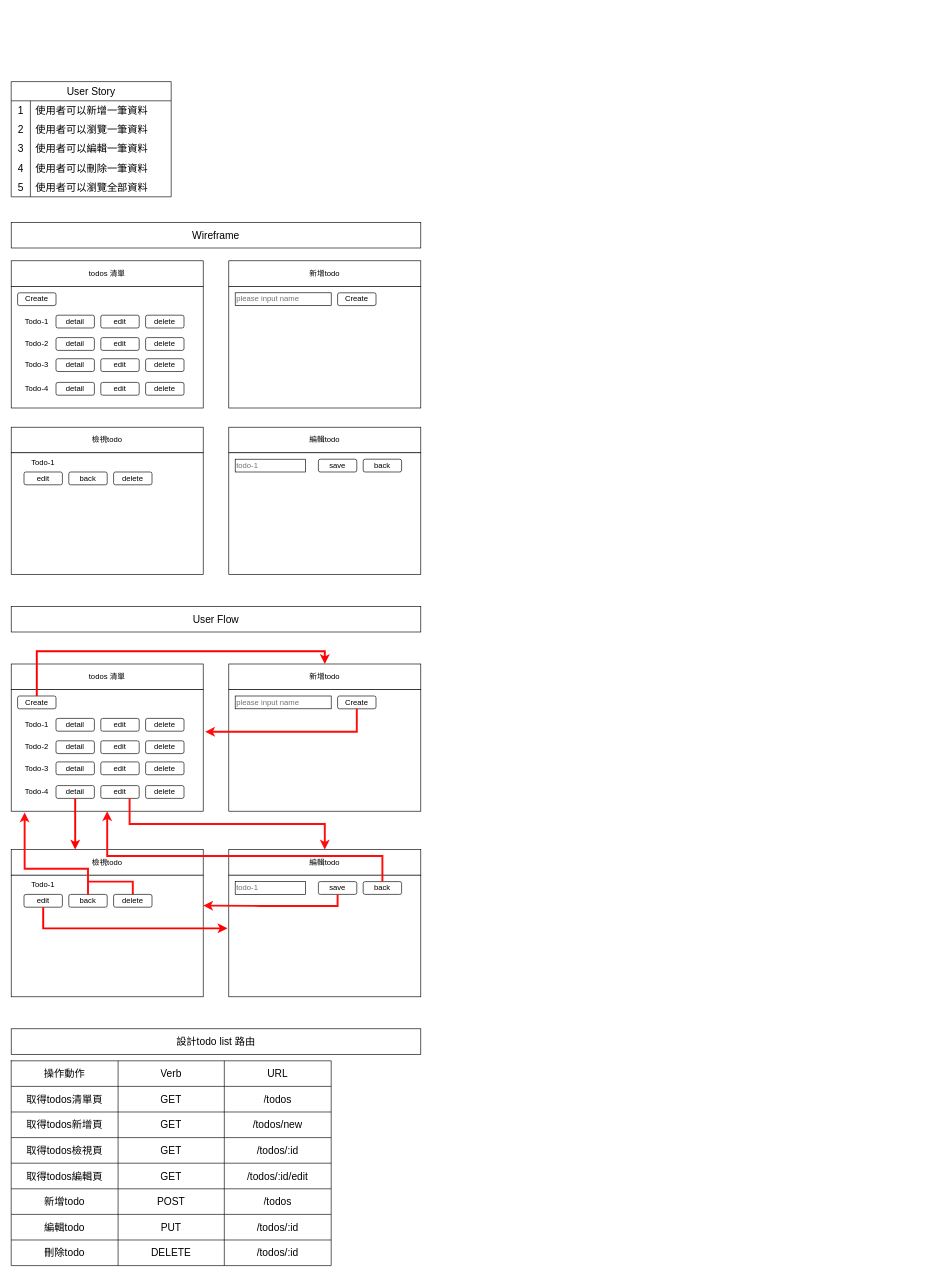
Earlier version of the draw.io diagram todo-list.drawio (patricksky006/todo-list). Source tidied: cells renumbered, new cells numbered last; positions are measured from the earlier drawing's top-left corner, leaving out a move shared by most shapes. Both pictures are drawn from the tidied source at 64%, with x=0, y=0 at pixel (11, 81).
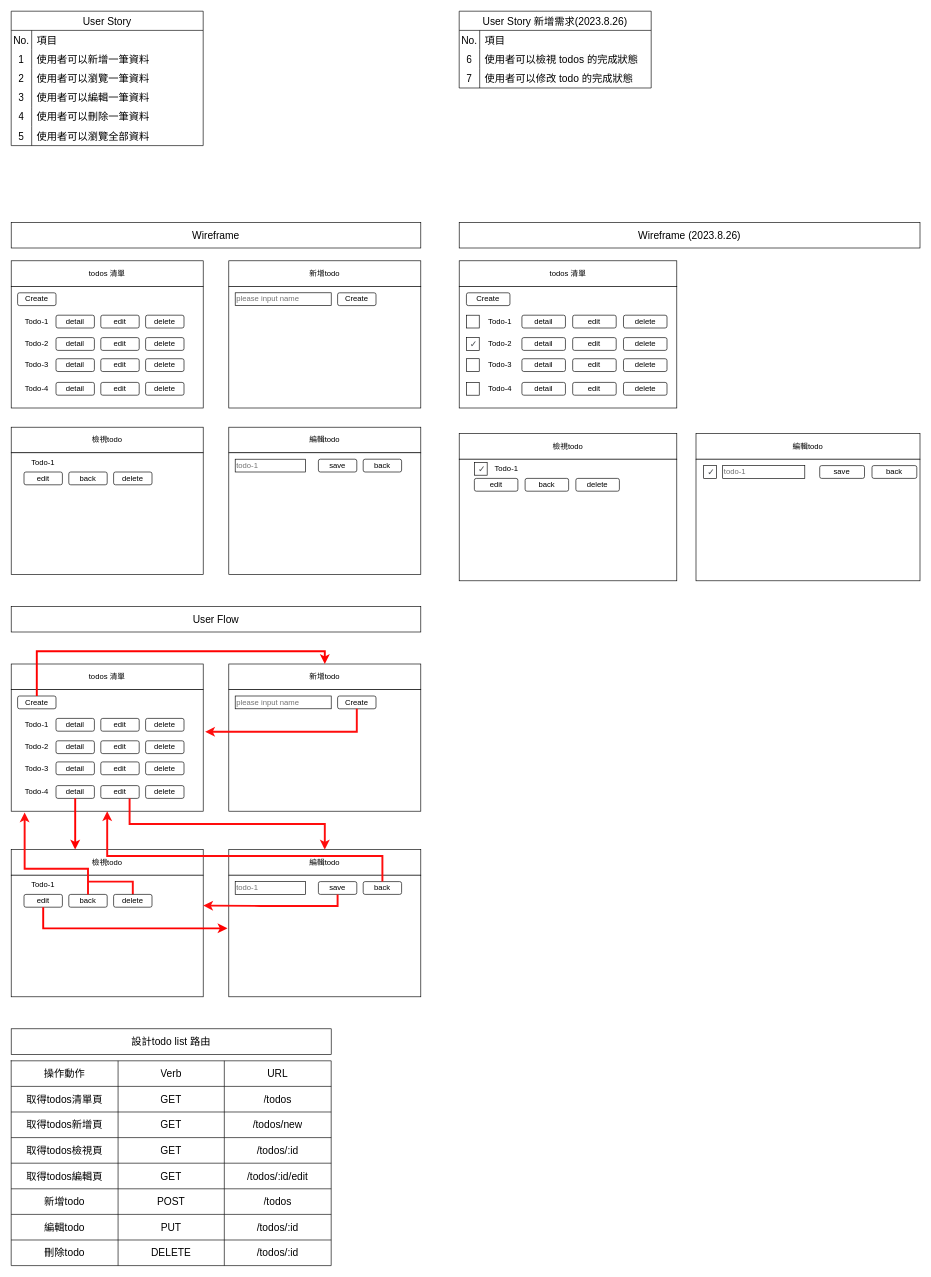
The same page after the edit.

Change to the diagram source:
```diff
@@
     <mxCell id="2" value="User Story" style="shape=table;startSize=30;childLayout=tableLayout;rowLines=0;fontStyle=0;strokeColor=default;fontSize=16;" parent="1" vertex="1">
-      <mxGeometry width="250" height="180" as="geometry" />
+      <mxGeometry y="-110" width="300" height="210" as="geometry" />
     </mxCell>
+    <mxCell id="139" style="shape=tableRow;horizontal=0;startSize=0;swimlaneHead=0;swimlaneBody=0;top=0;left=0;bottom=0;right=0;fillColor=none;strokeColor=inherit;fontSize=16;" parent="2" vertex="1">
+      <mxGeometry y="30" width="300" height="30" as="geometry" />
+    </mxCell>
+    <mxCell id="140" value="No." style="shape=partialRectangle;html=1;whiteSpace=wrap;fillColor=none;top=0;left=0;bottom=0;right=0;overflow=hidden;strokeColor=inherit;fontSize=16;" parent="139" vertex="1">
+      <mxGeometry width="32" height="30" as="geometry" />
+    </mxCell>
+    <mxCell id="141" value="項目" style="shape=partialRectangle;html=1;whiteSpace=wrap;fillColor=none;top=0;left=0;bottom=0;right=0;align=left;spacingLeft=6;overflow=hidden;strokeColor=inherit;fontSize=16;" parent="139" vertex="1">
+      <mxGeometry x="32" width="268" height="30" as="geometry" />
+    </mxCell>
     <mxCell id="3" style="shape=tableRow;horizontal=0;startSize=0;swimlaneHead=0;swimlaneBody=0;top=0;left=0;bottom=0;right=0;fillColor=none;strokeColor=inherit;fontSize=16;" parent="2" vertex="1">
-      <mxGeometry y="30" width="250" height="30" as="geometry" />
+      <mxGeometry y="60" width="300" height="30" as="geometry" />
     </mxCell>
     <mxCell id="4" value="1" style="shape=partialRectangle;html=1;whiteSpace=wrap;fillColor=none;top=0;left=0;bottom=0;right=0;overflow=hidden;strokeColor=inherit;fontSize=16;" parent="3" vertex="1">
-      <mxGeometry width="30" height="30" as="geometry" />
+      <mxGeometry width="32" height="30" as="geometry" />
     </mxCell>
     <mxCell id="5" value="使用者可以新增一筆資料" style="shape=partialRectangle;html=1;whiteSpace=wrap;fillColor=none;top=0;left=0;bottom=0;right=0;align=left;spacingLeft=6;overflow=hidden;strokeColor=inherit;fontSize=16;" parent="3" vertex="1">
-      <mxGeometry x="30" width="220" height="30" as="geometry" />
+      <mxGeometry x="32" width="268" height="30" as="geometry" />
     </mxCell>
     <mxCell id="6" style="shape=tableRow;horizontal=0;startSize=0;swimlaneHead=0;swimlaneBody=0;top=0;left=0;bottom=0;right=0;fillColor=none;strokeColor=inherit;fontSize=16;" parent="2" vertex="1">
-      <mxGeometry y="60" width="250" height="30" as="geometry" />
+      <mxGeometry y="90" width="300" height="30" as="geometry" />
     </mxCell>
     <mxCell id="7" value="2" style="shape=partialRectangle;html=1;whiteSpace=wrap;fillColor=none;top=0;left=0;bottom=0;right=0;overflow=hidden;strokeColor=inherit;fontSize=16;" parent="6" vertex="1">
-      <mxGeometry width="30" height="30" as="geometry" />
+      <mxGeometry width="32" height="30" as="geometry" />
     </mxCell>
     <mxCell id="8" value="使用者可以瀏覽一筆資料" style="shape=partialRectangle;html=1;whiteSpace=wrap;fillColor=none;top=0;left=0;bottom=0;right=0;align=left;spacingLeft=6;overflow=hidden;strokeColor=inherit;fontSize=16;" parent="6" vertex="1">
-      <mxGeometry x="30" width="220" height="30" as="geometry" />
+      <mxGeometry x="32" width="268" height="30" as="geometry" />
     </mxCell>
     <mxCell id="9" style="shape=tableRow;horizontal=0;startSize=0;swimlaneHead=0;swimlaneBody=0;top=0;left=0;bottom=0;right=0;fillColor=none;strokeColor=inherit;fontSize=16;" parent="2" vertex="1">
-      <mxGeometry y="90" width="250" height="30" as="geometry" />
+      <mxGeometry y="120" width="300" height="30" as="geometry" />
     </mxCell>
     <mxCell id="10" value="3" style="shape=partialRectangle;html=1;whiteSpace=wrap;fillColor=none;top=0;left=0;bottom=0;right=0;overflow=hidden;strokeColor=inherit;fontSize=16;" parent="9" vertex="1">
-      <mxGeometry width="30" height="30" as="geometry" />
+      <mxGeometry width="32" height="30" as="geometry" />
     </mxCell>
     <mxCell id="11" value="使用者可以編輯一筆資料" style="shape=partialRectangle;html=1;whiteSpace=wrap;fillColor=none;top=0;left=0;bottom=0;right=0;align=left;spacingLeft=6;overflow=hidden;strokeColor=inherit;fontSize=16;" parent="9" vertex="1">
-      <mxGeometry x="30" width="220" height="30" as="geometry" />
+      <mxGeometry x="32" width="268" height="30" as="geometry" />
     </mxCell>
     <mxCell id="12" style="shape=tableRow;horizontal=0;startSize=0;swimlaneHead=0;swimlaneBody=0;top=0;left=0;bottom=0;right=0;fillColor=none;strokeColor=inherit;fontSize=16;" parent="2" vertex="1">
-      <mxGeometry y="120" width="250" height="30" as="geometry" />
+      <mxGeometry y="150" width="300" height="30" as="geometry" />
     </mxCell>
     <mxCell id="13" value="4" style="shape=partialRectangle;html=1;whiteSpace=wrap;fillColor=none;top=0;left=0;bottom=0;right=0;overflow=hidden;strokeColor=inherit;fontSize=16;" parent="12" vertex="1">
-      <mxGeometry width="30" height="30" as="geometry" />
+      <mxGeometry width="32" height="30" as="geometry" />
     </mxCell>
     <mxCell id="14" value="使用者可以刪除一筆資料" style="shape=partialRectangle;html=1;whiteSpace=wrap;fillColor=none;top=0;left=0;bottom=0;right=0;align=left;spacingLeft=6;overflow=hidden;strokeColor=inherit;fontSize=16;" parent="12" vertex="1">
-      <mxGeometry x="30" width="220" height="30" as="geometry" />
+      <mxGeometry x="32" width="268" height="30" as="geometry" />
     </mxCell>
     <mxCell id="15" style="shape=tableRow;horizontal=0;startSize=0;swimlaneHead=0;swimlaneBody=0;top=0;left=0;bottom=0;right=0;fillColor=none;strokeColor=inherit;fontSize=16;" parent="2" vertex="1">
-      <mxGeometry y="150" width="250" height="30" as="geometry" />
+      <mxGeometry y="180" width="300" height="30" as="geometry" />
     </mxCell>
     <mxCell id="16" value="5" style="shape=partialRectangle;html=1;whiteSpace=wrap;fillColor=none;top=0;left=0;bottom=0;right=0;overflow=hidden;strokeColor=inherit;fontSize=16;" parent="15" vertex="1">
-      <mxGeometry width="30" height="30" as="geometry" />
+      <mxGeometry width="32" height="30" as="geometry" />
     </mxCell>
     <mxCell id="17" value="使用者可以瀏覽全部資料" style="shape=partialRectangle;html=1;whiteSpace=wrap;fillColor=none;top=0;left=0;bottom=0;right=0;align=left;spacingLeft=6;overflow=hidden;strokeColor=inherit;fontSize=16;" parent="15" vertex="1">
-      <mxGeometry x="30" width="220" height="30" as="geometry" />
+      <mxGeometry x="32" width="268" height="30" as="geometry" />
     </mxCell>
@@
     <mxCell id="138" value="設計todo list 路由" style="rounded=0;whiteSpace=wrap;html=1;fontSize=16;" parent="1" vertex="1">
-      <mxGeometry y="1480" width="640" height="40" as="geometry" />
+      <mxGeometry y="1480" width="500" height="40" as="geometry" />
     </mxCell>
+    <mxCell id="142" style="group;" parent="1" vertex="1">
+      <mxGeometry x="700" y="280" width="340" height="230" as="geometry" />
+    </mxCell>
+    <mxCell id="143" value="todos 清單" style="rounded=0;whiteSpace=wrap;html=1;" parent="142" vertex="1">
+      <mxGeometry width="340" height="40" as="geometry" />
+    </mxCell>
+    <mxCell id="144" style="rounded=0;whiteSpace=wrap;html=1;" parent="142" vertex="1">
+      <mxGeometry y="40" width="340" height="190" as="geometry" />
+    </mxCell>
+    <mxCell id="145" value="Create" style="rounded=1;whiteSpace=wrap;html=1;" parent="142" vertex="1">
+      <mxGeometry x="11.3" y="50" width="68" height="20" as="geometry" />
+    </mxCell>
+    <mxCell id="146" value="Todo-1" style="text;html=1;strokeColor=none;fillColor=none;align=center;verticalAlign=middle;whiteSpace=wrap;rounded=0;" parent="142" vertex="1">
+      <mxGeometry x="30" y="80" width="68" height="30" as="geometry" />
+    </mxCell>
+    <mxCell id="147" value="Todo-2" style="text;html=1;strokeColor=none;fillColor=none;align=center;verticalAlign=middle;whiteSpace=wrap;rounded=0;" parent="142" vertex="1">
+      <mxGeometry x="30" y="115" width="68" height="30" as="geometry" />
+    </mxCell>
+    <mxCell id="148" value="Todo-3" style="text;html=1;strokeColor=none;fillColor=none;align=center;verticalAlign=middle;whiteSpace=wrap;rounded=0;" parent="142" vertex="1">
+      <mxGeometry x="30" y="148" width="68" height="30" as="geometry" />
+    </mxCell>
+    <mxCell id="149" value="Todo-4" style="text;html=1;strokeColor=none;fillColor=none;align=center;verticalAlign=middle;whiteSpace=wrap;rounded=0;" parent="142" vertex="1">
+      <mxGeometry x="30" y="185" width="68" height="30" as="geometry" />
+    </mxCell>
+    <mxCell id="150" value="detail" style="rounded=1;whiteSpace=wrap;html=1;" parent="142" vertex="1">
+      <mxGeometry x="98" y="85" width="68" height="20" as="geometry" />
+    </mxCell>
+    <mxCell id="151" value="edit" style="rounded=1;whiteSpace=wrap;html=1;" parent="142" vertex="1">
+      <mxGeometry x="177.3" y="85" width="68" height="20" as="geometry" />
+    </mxCell>
+    <mxCell id="152" value="delete" style="rounded=1;whiteSpace=wrap;html=1;" parent="142" vertex="1">
+      <mxGeometry x="256.7" y="85" width="68" height="20" as="geometry" />
+    </mxCell>
+    <mxCell id="153" value="detail" style="rounded=1;whiteSpace=wrap;html=1;" parent="142" vertex="1">
+      <mxGeometry x="98" y="120" width="68" height="20" as="geometry" />
+    </mxCell>
+    <mxCell id="154" value="edit" style="rounded=1;whiteSpace=wrap;html=1;" parent="142" vertex="1">
+      <mxGeometry x="177.3" y="120" width="68" height="20" as="geometry" />
+    </mxCell>
+    <mxCell id="155" value="delete" style="rounded=1;whiteSpace=wrap;html=1;" parent="142" vertex="1">
+      <mxGeometry x="256.7" y="120" width="68" height="20" as="geometry" />
+    </mxCell>
+    <mxCell id="156" value="detail" style="rounded=1;whiteSpace=wrap;html=1;" parent="142" vertex="1">
+      <mxGeometry x="98" y="153" width="68" height="20" as="geometry" />
+    </mxCell>
+    <mxCell id="157" value="edit" style="rounded=1;whiteSpace=wrap;html=1;" parent="142" vertex="1">
+      <mxGeometry x="177.3" y="153" width="68" height="20" as="geometry" />
+    </mxCell>
+    <mxCell id="158" value="delete" style="rounded=1;whiteSpace=wrap;html=1;" parent="142" vertex="1">
+      <mxGeometry x="256.7" y="153" width="68" height="20" as="geometry" />
+    </mxCell>
+    <mxCell id="159" value="detail" style="rounded=1;whiteSpace=wrap;html=1;" parent="142" vertex="1">
+      <mxGeometry x="98" y="190" width="68" height="20" as="geometry" />
+    </mxCell>
+    <mxCell id="160" value="edit" style="rounded=1;whiteSpace=wrap;html=1;" parent="142" vertex="1">
+      <mxGeometry x="177.3" y="190" width="68" height="20" as="geometry" />
+    </mxCell>
+    <mxCell id="161" value="delete" style="rounded=1;whiteSpace=wrap;html=1;" parent="142" vertex="1">
+      <mxGeometry x="256.7" y="190" width="68" height="20" as="geometry" />
+    </mxCell>
+    <mxCell id="162" style="rounded=0;whiteSpace=wrap;html=1;" parent="142" vertex="1">
+      <mxGeometry x="11.3" y="85" width="20" height="20" as="geometry" />
+    </mxCell>
+    <mxCell id="163" style="rounded=0;whiteSpace=wrap;html=1;" parent="142" vertex="1">
+      <mxGeometry x="11.3" y="120" width="20" height="20" as="geometry" />
+    </mxCell>
+    <mxCell id="164" style="rounded=0;whiteSpace=wrap;html=1;" parent="142" vertex="1">
+      <mxGeometry x="11.3" y="153" width="20" height="20" as="geometry" />
+    </mxCell>
+    <mxCell id="165" style="rounded=0;whiteSpace=wrap;html=1;" parent="142" vertex="1">
+      <mxGeometry x="11.3" y="190" width="20" height="20" as="geometry" />
+    </mxCell>
+    <mxCell id="166" value="&lt;span style=&quot;color: rgb(77, 81, 86); font-family: arial, sans-serif; font-size: 14px; font-style: normal; font-variant-ligatures: normal; font-variant-caps: normal; font-weight: 400; letter-spacing: normal; orphans: 2; text-align: left; text-indent: 0px; text-transform: none; widows: 2; word-spacing: 0px; -webkit-text-stroke-width: 0px; background-color: rgb(255, 255, 255); text-decoration-thickness: initial; text-decoration-style: initial; text-decoration-color: initial; float: none; display: inline !important;&quot;&gt;✓&lt;/span&gt;" style="text;whiteSpace=wrap;html=1;" parent="142" vertex="1">
+      <mxGeometry x="15.3" y="115" width="40" height="40" as="geometry" />
+    </mxCell>
+    <mxCell id="167" value="Wireframe (2023.8.26)" style="rounded=0;whiteSpace=wrap;html=1;fontSize=16;" parent="1" vertex="1">
+      <mxGeometry x="700" y="220" width="720" height="40" as="geometry" />
+    </mxCell>
+    <mxCell id="168" style="group;" parent="1" vertex="1">
+      <mxGeometry x="700" y="550" width="340" height="230" as="geometry" />
+    </mxCell>
+    <mxCell id="169" value="檢視todo" style="rounded=0;whiteSpace=wrap;html=1;" parent="168" vertex="1">
+      <mxGeometry width="340" height="40" as="geometry" />
+    </mxCell>
+    <mxCell id="170" style="rounded=0;whiteSpace=wrap;html=1;" parent="168" vertex="1">
+      <mxGeometry y="40" width="340" height="190" as="geometry" />
+    </mxCell>
+    <mxCell id="171" value="edit" style="rounded=1;whiteSpace=wrap;html=1;" parent="168" vertex="1">
+      <mxGeometry x="23.7" y="70" width="68" height="20" as="geometry" />
+    </mxCell>
+    <mxCell id="172" value="back" style="rounded=1;whiteSpace=wrap;html=1;" parent="168" vertex="1">
+      <mxGeometry x="103" y="70" width="68" height="20" as="geometry" />
+    </mxCell>
+    <mxCell id="173" value="Todo-1" style="text;html=1;strokeColor=none;fillColor=none;align=center;verticalAlign=middle;whiteSpace=wrap;rounded=0;" parent="168" vertex="1">
+      <mxGeometry x="39.7" y="40" width="68" height="30" as="geometry" />
+    </mxCell>
+    <mxCell id="174" value="delete" style="rounded=1;whiteSpace=wrap;html=1;" parent="168" vertex="1">
+      <mxGeometry x="182.3" y="70" width="68" height="20" as="geometry" />
+    </mxCell>
+    <mxCell id="175" style="rounded=0;whiteSpace=wrap;html=1;" parent="168" vertex="1">
+      <mxGeometry x="23.7" y="45" width="20" height="20" as="geometry" />
+    </mxCell>
+    <mxCell id="176" style="group;" parent="1" vertex="1">
+      <mxGeometry x="1070" y="550" width="350" height="230" as="geometry" />
+    </mxCell>
+    <mxCell id="177" value="編輯todo" style="rounded=0;whiteSpace=wrap;html=1;" parent="176" vertex="1">
+      <mxGeometry width="350" height="40" as="geometry" />
+    </mxCell>
+    <mxCell id="178" style="rounded=0;whiteSpace=wrap;html=1;" parent="176" vertex="1">
+      <mxGeometry y="40" width="350" height="190" as="geometry" />
+    </mxCell>
+    <mxCell id="179" style="rounded=0;whiteSpace=wrap;html=1;" parent="176" vertex="1">
+      <mxGeometry x="12" y="50" width="20" height="20" as="geometry" />
+    </mxCell>
+    <mxCell id="180" value="&lt;span style=&quot;color: rgb(77, 81, 86); font-family: arial, sans-serif; font-size: 14px; font-style: normal; font-variant-ligatures: normal; font-variant-caps: normal; font-weight: 400; letter-spacing: normal; orphans: 2; text-align: left; text-indent: 0px; text-transform: none; widows: 2; word-spacing: 0px; -webkit-text-stroke-width: 0px; background-color: rgb(255, 255, 255); text-decoration-thickness: initial; text-decoration-style: initial; text-decoration-color: initial; float: none; display: inline !important;&quot;&gt;✓&lt;/span&gt;" style="text;whiteSpace=wrap;html=1;" parent="176" vertex="1">
+      <mxGeometry x="16.3" y="45" width="40" height="40" as="geometry" />
+    </mxCell>
+    <mxCell id="181" value="&lt;span style=&quot;color: rgb(77, 81, 86); font-family: arial, sans-serif; font-size: 14px; font-style: normal; font-variant-ligatures: normal; font-variant-caps: normal; font-weight: 400; letter-spacing: normal; orphans: 2; text-align: left; text-indent: 0px; text-transform: none; widows: 2; word-spacing: 0px; -webkit-text-stroke-width: 0px; background-color: rgb(255, 255, 255); text-decoration-thickness: initial; text-decoration-style: initial; text-decoration-color: initial; float: none; display: inline !important;&quot;&gt;✓&lt;/span&gt;" style="text;whiteSpace=wrap;html=1;" parent="1" vertex="1">
+      <mxGeometry x="728" y="590" width="40" height="40" as="geometry" />
+    </mxCell>
+    <mxCell id="182" value="save" style="rounded=1;whiteSpace=wrap;html=1;" parent="1" vertex="1">
+      <mxGeometry x="1263.3" y="600" width="70" height="20" as="geometry" />
+    </mxCell>
+    <mxCell id="183" value="todo-1" style="rounded=0;whiteSpace=wrap;html=1;align=left;fontColor=#737373;" parent="1" vertex="1">
+      <mxGeometry x="1111.7" y="600" width="128.3" height="20" as="geometry" />
+    </mxCell>
+    <mxCell id="184" value="back" style="rounded=1;whiteSpace=wrap;html=1;" parent="1" vertex="1">
+      <mxGeometry x="1345" y="600" width="70" height="20" as="geometry" />
+    </mxCell>
+    <mxCell id="185" value="User Story 新增需求(2023.8.26)" style="shape=table;startSize=30;childLayout=tableLayout;rowLines=0;fontStyle=0;strokeColor=default;fontSize=16;" parent="1" vertex="1">
+      <mxGeometry x="700" y="-110" width="300" height="120" as="geometry" />
+    </mxCell>
+    <mxCell id="186" style="shape=tableRow;horizontal=0;startSize=0;swimlaneHead=0;swimlaneBody=0;top=0;left=0;bottom=0;right=0;fillColor=none;strokeColor=inherit;fontSize=16;" parent="185" vertex="1">
+      <mxGeometry y="30" width="300" height="30" as="geometry" />
+    </mxCell>
+    <mxCell id="187" value="No." style="shape=partialRectangle;html=1;whiteSpace=wrap;fillColor=none;top=0;left=0;bottom=0;right=0;overflow=hidden;strokeColor=inherit;fontSize=16;" parent="186" vertex="1">
+      <mxGeometry width="32" height="30" as="geometry" />
+    </mxCell>
+    <mxCell id="188" value="項目" style="shape=partialRectangle;html=1;whiteSpace=wrap;fillColor=none;top=0;left=0;bottom=0;right=0;align=left;spacingLeft=6;overflow=hidden;strokeColor=inherit;fontSize=16;" parent="186" vertex="1">
+      <mxGeometry x="32" width="268" height="30" as="geometry" />
+    </mxCell>
+    <mxCell id="189" style="shape=tableRow;horizontal=0;startSize=0;swimlaneHead=0;swimlaneBody=0;top=0;left=0;bottom=0;right=0;fillColor=none;strokeColor=inherit;fontSize=16;" parent="185" vertex="1">
+      <mxGeometry y="60" width="300" height="30" as="geometry" />
+    </mxCell>
+    <mxCell id="190" value="6" style="shape=partialRectangle;html=1;whiteSpace=wrap;fillColor=none;top=0;left=0;bottom=0;right=0;overflow=hidden;strokeColor=inherit;fontSize=16;" parent="189" vertex="1">
+      <mxGeometry width="32" height="30" as="geometry" />
+    </mxCell>
+    <mxCell id="191" value="&lt;span style=&quot;color: rgb(0, 0, 0); font-family: Helvetica; font-size: 16px; font-style: normal; font-variant-ligatures: normal; font-variant-caps: normal; font-weight: 400; letter-spacing: normal; orphans: 2; text-align: left; text-indent: 0px; text-transform: none; widows: 2; word-spacing: 0px; -webkit-text-stroke-width: 0px; background-color: rgb(251, 251, 251); text-decoration-thickness: initial; text-decoration-style: initial; text-decoration-color: initial; float: none; display: inline !important;&quot;&gt;使用者可以檢視 todos 的完成狀態&lt;/span&gt;" style="shape=partialRectangle;html=1;whiteSpace=wrap;fillColor=none;top=0;left=0;bottom=0;right=0;align=left;spacingLeft=6;overflow=hidden;strokeColor=inherit;fontSize=16;" parent="189" vertex="1">
+      <mxGeometry x="32" width="268" height="30" as="geometry" />
+    </mxCell>
+    <mxCell id="192" style="shape=tableRow;horizontal=0;startSize=0;swimlaneHead=0;swimlaneBody=0;top=0;left=0;bottom=0;right=0;fillColor=none;strokeColor=inherit;fontSize=16;" parent="185" vertex="1">
+      <mxGeometry y="90" width="300" height="30" as="geometry" />
+    </mxCell>
+    <mxCell id="193" value="7" style="shape=partialRectangle;html=1;whiteSpace=wrap;fillColor=none;top=0;left=0;bottom=0;right=0;overflow=hidden;strokeColor=inherit;fontSize=16;" parent="192" vertex="1">
+      <mxGeometry width="32" height="30" as="geometry" />
+    </mxCell>
+    <mxCell id="194" value="使用者可以修改 todo 的完成狀態" style="shape=partialRectangle;html=1;whiteSpace=wrap;fillColor=none;top=0;left=0;bottom=0;right=0;align=left;spacingLeft=6;overflow=hidden;strokeColor=inherit;fontSize=16;" parent="192" vertex="1">
+      <mxGeometry x="32" width="268" height="30" as="geometry" />
+    </mxCell>
```
